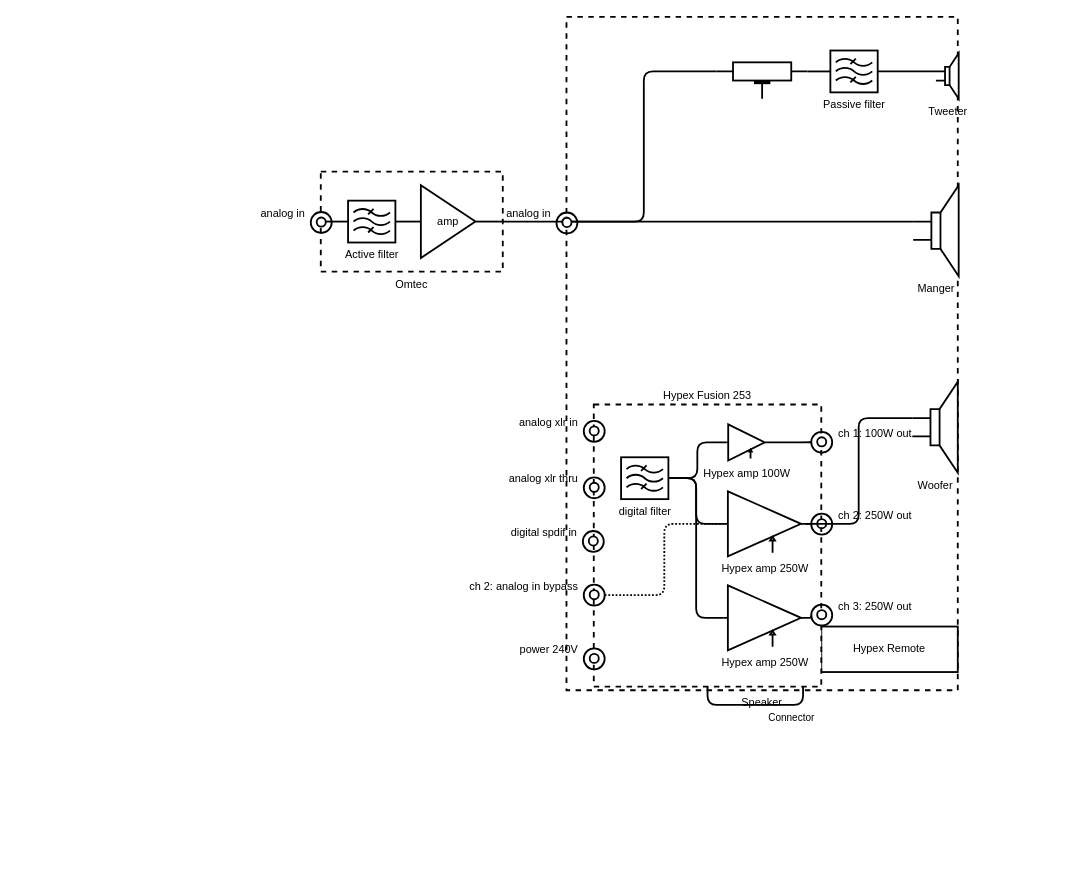
The draw.io diagram page "With subwoofer" (3 of 3) of Untitled Diagram.drawio in blueneogeo/manger, before the edit. Source tidied: cells renumbered, new cells numbered last; positions are measured from the earlier drawing's top-left corner, leaving out a move shared by most shapes. Both pictures are drawn from the tidied source at 91%, with x=0, y=0 at pixel (251, 16).
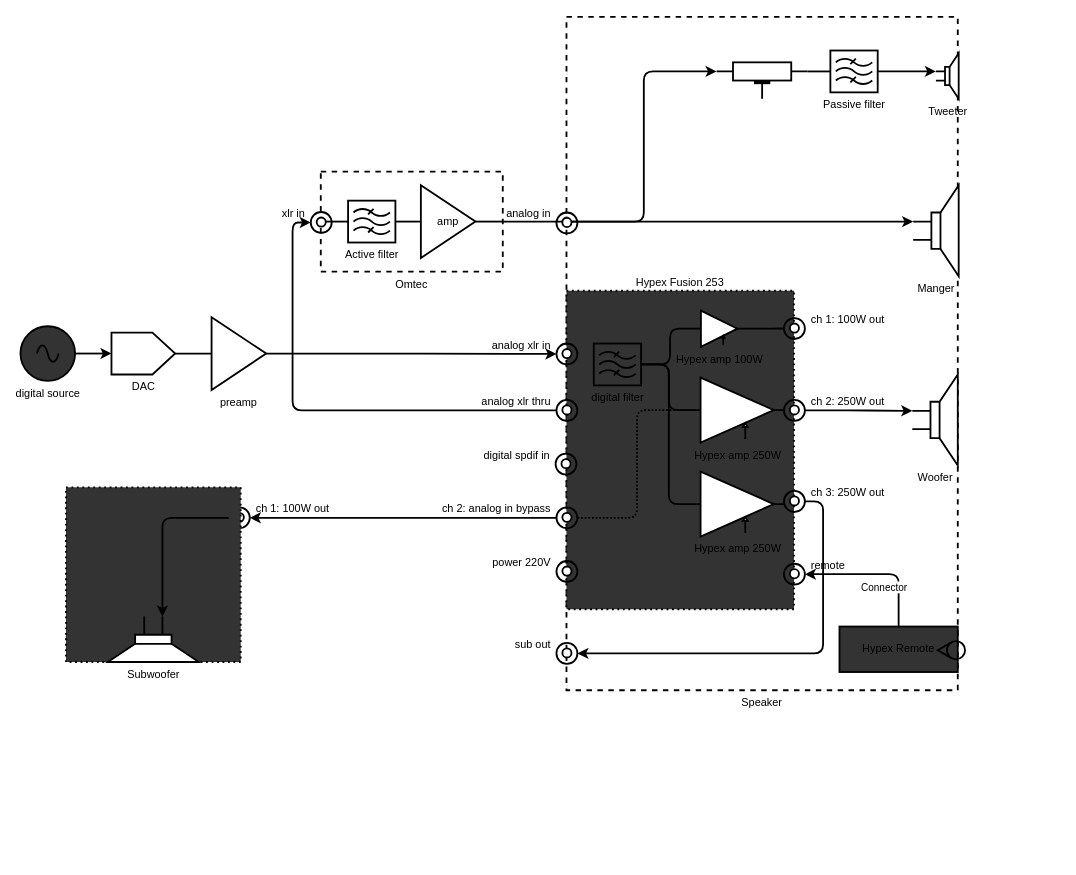
The same diagram, later.

Unchanged cells that the change refers to:
```xml
<mxCell id="4" value="Tweeter" style="verticalLabelPosition=bottom;shadow=0;dashed=0;align=center;html=1;verticalAlign=top;shape=mxgraph.electrical.electro-mechanical.loudspeaker;strokeWidth=2;" parent="1" vertex="1">
  <mxGeometry x="752" y="40" width="25" height="50" as="geometry" />
</mxCell>
<mxCell id="5" value="Manger" style="verticalLabelPosition=bottom;shadow=0;dashed=0;align=center;html=1;verticalAlign=top;shape=mxgraph.electrical.electro-mechanical.loudspeaker;strokeWidth=2;" parent="1" vertex="1">
  <mxGeometry x="727" y="185" width="50" height="100" as="geometry" />
</mxCell>
<mxCell id="15" value="Hypex amp 250W" style="verticalLabelPosition=bottom;shadow=0;dashed=0;align=center;html=1;verticalAlign=top;shape=mxgraph.electrical.abstract.controlled_amplifier;strokeWidth=2;" parent="10" vertex="1">
  <mxGeometry x="142.9" y="95.4" width="89.3" height="71.5" as="geometry" />
</mxCell>
<mxCell id="24" style="ellipse;whiteSpace=wrap;html=1;rounded=0;labelBackgroundColor=none;strokeWidth=2;align=right;verticalAlign=middle;fillColor=none;" parent="22" vertex="1">
  <mxGeometry x="65" y="8" width="23" height="23" as="geometry" />
</mxCell>
<mxCell id="32" style="ellipse;whiteSpace=wrap;html=1;rounded=0;labelBackgroundColor=none;strokeWidth=2;align=right;verticalAlign=middle;fillColor=none;" parent="30" vertex="1">
  <mxGeometry x="65" y="8" width="23" height="23" as="geometry" />
</mxCell>
<mxCell id="40" style="ellipse;whiteSpace=wrap;html=1;rounded=0;labelBackgroundColor=none;strokeWidth=2;align=right;verticalAlign=middle;fillColor=none;" parent="38" vertex="1">
  <mxGeometry x="29" y="30" width="23" height="23" as="geometry" />
</mxCell>
<mxCell id="44" style="ellipse;whiteSpace=wrap;html=1;rounded=0;labelBackgroundColor=none;strokeWidth=2;align=right;verticalAlign=middle;fillColor=none;" parent="42" vertex="1">
  <mxGeometry x="29" y="30" width="23" height="23" as="geometry" />
</mxCell>
<mxCell id="48" style="ellipse;whiteSpace=wrap;html=1;rounded=0;labelBackgroundColor=none;strokeWidth=2;align=right;verticalAlign=middle;fillColor=none;" parent="46" vertex="1">
  <mxGeometry x="65" y="8" width="23" height="23" as="geometry" />
</mxCell>
<mxCell id="64" value="Passive filter" style="verticalLabelPosition=bottom;shadow=0;dashed=0;align=center;html=1;verticalAlign=top;shape=mxgraph.electrical.abstract.filter;rounded=0;labelBackgroundColor=none;strokeWidth=2;fillColor=none;" parent="1" vertex="1">
  <mxGeometry x="636" y="37" width="52" height="46" as="geometry" />
</mxCell>
<mxCell id="65" style="verticalLabelPosition=bottom;shadow=0;dashed=0;align=center;html=1;verticalAlign=top;shape=mxgraph.electrical.resistors.trimmer_pot_1;rounded=0;labelBackgroundColor=none;strokeWidth=2;fillColor=none;" parent="1" vertex="1">
  <mxGeometry x="511" y="50" width="100" height="40" as="geometry" />
</mxCell>
<mxCell id="68" style="verticalLabelPosition=bottom;shadow=0;dashed=0;align=center;html=1;verticalAlign=top;strokeWidth=1;shape=ellipse;rounded=0;labelBackgroundColor=none;fillColor=none;" parent="1" vertex="1">
  <mxGeometry x="341" y="220" width="10" height="10" as="geometry" />
</mxCell>
<mxCell id="70" style="group;" parent="1" vertex="1">
  <mxGeometry y="206.5" width="88" height="31" as="geometry" />
</mxCell>
<mxCell id="72" style="ellipse;whiteSpace=wrap;html=1;rounded=0;labelBackgroundColor=none;strokeWidth=2;align=right;verticalAlign=middle;fillColor=none;" parent="70" vertex="1">
  <mxGeometry x="65" y="8" width="23" height="23" as="geometry" />
</mxCell>
```

What changed in the source:
```diff
@@
-    <mxCell id="3" style="edgeStyle=orthogonalEdgeStyle;rounded=1;jettySize=auto;html=1;exitX=0;exitY=0.4;exitDx=0;exitDy=0;exitPerimeter=0;entryX=1;entryY=0.5;entryDx=0;entryDy=0;entryPerimeter=0;endArrow=none;endFill=0;strokeWidth=2;" parent="1" edge="1" source="4" target="64">
-      <mxGeometry relative="1" as="geometry" />
-    </mxCell>
@@
     <mxCell id="6" value="Woofer" style="verticalLabelPosition=bottom;shadow=0;dashed=0;align=center;html=1;verticalAlign=top;shape=mxgraph.electrical.electro-mechanical.loudspeaker;strokeWidth=2;" parent="1" vertex="1">
-      <mxGeometry x="726" y="401" width="50" height="100" as="geometry" />
+      <mxGeometry x="726" y="393" width="50" height="100" as="geometry" />
     </mxCell>
-    <mxCell id="7" style="edgeStyle=orthogonalEdgeStyle;rounded=1;jettySize=auto;html=1;exitX=0;exitY=0.5;exitDx=0;exitDy=0;entryX=0.5;entryY=1;entryDx=0;entryDy=0;endArrow=none;endFill=0;strokeWidth=2;" parent="1" edge="1" source="9" target="11">
+    <mxCell id="7" style="edgeStyle=orthogonalEdgeStyle;rounded=1;jettySize=auto;html=1;exitX=0.5;exitY=0;exitDx=0;exitDy=0;entryX=1;entryY=0.5;entryDx=0;entryDy=0;endArrow=classic;endFill=1;strokeWidth=2;" parent="1" edge="1" source="9" target="80">
       <mxGeometry relative="1" as="geometry" />
     </mxCell>
@@
-    <mxCell id="9" value="Hypex Remote" style="rounded=0;whiteSpace=wrap;html=1;labelPosition=center;verticalLabelPosition=middle;align=center;verticalAlign=middle;strokeWidth=2;" parent="1" vertex="1">
-      <mxGeometry x="626" y="670" width="150" height="50" as="geometry" />
+    <mxCell id="9" value="Hypex Remote" style="rounded=0;whiteSpace=wrap;html=1;labelPosition=center;verticalLabelPosition=middle;align=center;verticalAlign=middle;strokeWidth=2;fillColor=#333333;" parent="1" vertex="1">
+      <mxGeometry x="646" y="670" width="130" height="50" as="geometry" />
     </mxCell>
     <mxCell id="10" style="group;" parent="1" vertex="1">
-      <mxGeometry x="376" y="426" width="513" height="501" as="geometry" />
+      <mxGeometry x="346" y="301" width="515" height="501" as="geometry" />
     </mxCell>
-    <mxCell id="11" value="Hypex Fusion 253" style="rounded=0;whiteSpace=wrap;html=1;dashed=1;labelPosition=center;verticalLabelPosition=top;align=center;verticalAlign=bottom;strokeWidth=2;" parent="10" vertex="1">
-      <mxGeometry width="250" height="310" as="geometry" />
+    <mxCell id="11" value="Hypex Fusion 253" style="rounded=0;whiteSpace=wrap;html=1;dashed=1;labelPosition=center;verticalLabelPosition=top;align=center;verticalAlign=bottom;strokeWidth=2;dashPattern=1 2;labelBackgroundColor=none;fillColor=#333333;" parent="10" vertex="1">
+      <mxGeometry width="250" height="350" as="geometry" />
     </mxCell>
@@
     <mxCell id="22" style="group;" parent="10" vertex="1">
-      <mxGeometry x="-76" y="10" width="88" height="31" as="geometry" />
+      <mxGeometry x="-76" y="50" width="88" height="31" as="geometry" />
     </mxCell>
@@
     <mxCell id="26" style="group;" parent="10" vertex="1">
-      <mxGeometry x="-77" y="131" width="88" height="31" as="geometry" />
+      <mxGeometry x="-77" y="171" width="88" height="31" as="geometry" />
     </mxCell>
@@
     <mxCell id="30" style="group;" parent="10" vertex="1">
-      <mxGeometry x="-76" y="72" width="88" height="31" as="geometry" />
+      <mxGeometry x="-76" y="112" width="88" height="31" as="geometry" />
     </mxCell>
@@
     <mxCell id="46" style="group;" parent="10" vertex="1">
-      <mxGeometry x="-76" y="190" width="88" height="31" as="geometry" />
+      <mxGeometry x="-76" y="230" width="88" height="31" as="geometry" />
     </mxCell>
@@
     <mxCell id="50" style="group;" parent="10" vertex="1">
-      <mxGeometry x="-76" y="260" width="88" height="31" as="geometry" />
+      <mxGeometry x="-76" y="289" width="88" height="31" as="geometry" />
     </mxCell>
@@
-    <mxCell id="53" value="power 240V" style="text;html=1;align=right;verticalAlign=middle;fillColor=none;strokeColor=none;rounded=0;labelBackgroundColor=none;" parent="50" vertex="1">
+    <mxCell id="53" value="power 220V" style="text;html=1;align=right;verticalAlign=middle;fillColor=none;strokeColor=none;rounded=0;labelBackgroundColor=none;" parent="50" vertex="1">
       <mxGeometry x="-20" width="80" height="20" as="geometry" />
     </mxCell>
@@
-    <mxCell id="55" style="edgeStyle=orthogonalEdgeStyle;rounded=1;jettySize=auto;html=1;exitX=1;exitY=0.5;exitDx=0;exitDy=0;exitPerimeter=0;entryX=0;entryY=0.4;entryDx=0;entryDy=0;entryPerimeter=0;endArrow=none;endFill=0;strokeWidth=2;" parent="1" edge="1" source="15" target="6">
-      <mxGeometry relative="1" as="geometry" />
-    </mxCell>
+    <mxCell id="78" style="group;" parent="10" vertex="1">
+      <mxGeometry x="210" y="270" width="188" height="51" as="geometry" />
+    </mxCell>
+    <mxCell id="79" style="ellipse;whiteSpace=wrap;html=1;rounded=0;labelBackgroundColor=none;strokeWidth=2;fillColor=#FFFFFF;align=right;verticalAlign=middle;" parent="78" vertex="1">
+      <mxGeometry x="35.5" y="36" width="10" height="10" as="geometry" />
+    </mxCell>
+    <mxCell id="80" style="ellipse;whiteSpace=wrap;html=1;rounded=0;labelBackgroundColor=none;strokeWidth=2;align=right;verticalAlign=middle;fillColor=none;" parent="78" vertex="1">
+      <mxGeometry x="29" y="30" width="23" height="23" as="geometry" />
+    </mxCell>
+    <mxCell id="81" value="remote&amp;nbsp;" style="text;html=1;align=left;verticalAlign=middle;fillColor=none;strokeColor=none;rounded=0;labelBackgroundColor=none;" parent="78" vertex="1">
+      <mxGeometry x="57" y="22" width="60" height="20" as="geometry" />
+    </mxCell>
+    <mxCell id="82" style="verticalLabelPosition=bottom;align=center;dashed=0;html=1;verticalAlign=top;shape=mxgraph.pid.flow_sensors.rotameter;rounded=0;labelBackgroundColor=none;strokeWidth=2;fillColor=none;" parent="10" vertex="1">
+      <mxGeometry x="408" y="385" width="30" height="20" as="geometry" />
+    </mxCell>
@@
+    <mxCell id="83" style="edgeStyle=orthogonalEdgeStyle;rounded=1;jettySize=auto;html=1;exitX=1;exitY=0.5;exitDx=0;exitDy=0;exitPerimeter=0;entryX=0;entryY=0.4;entryDx=0;entryDy=0;entryPerimeter=0;startArrow=none;startFill=0;endArrow=classic;endFill=1;strokeWidth=2;" parent="1" edge="1" source="64" target="4">
+      <mxGeometry relative="1" as="geometry" />
+    </mxCell>
@@
-    <mxCell id="66" style="edgeStyle=orthogonalEdgeStyle;rounded=1;jettySize=auto;html=1;exitX=1;exitY=0.5;exitDx=0;exitDy=0;entryX=0;entryY=0.25;entryDx=0;entryDy=0;entryPerimeter=0;endArrow=none;endFill=0;strokeWidth=2;" parent="1" edge="1" source="68" target="65">
+    <mxCell id="66" style="edgeStyle=orthogonalEdgeStyle;rounded=1;jettySize=auto;html=1;exitX=1;exitY=0.5;exitDx=0;exitDy=0;entryX=0;entryY=0.25;entryDx=0;entryDy=0;entryPerimeter=0;endArrow=classic;endFill=1;strokeWidth=2;" parent="1" edge="1" source="68" target="65">
       <mxGeometry relative="1" as="geometry" />
     </mxCell>
-    <mxCell id="67" style="edgeStyle=orthogonalEdgeStyle;rounded=1;jettySize=auto;html=1;exitX=1;exitY=0.5;exitDx=0;exitDy=0;entryX=0;entryY=0.4;entryDx=0;entryDy=0;entryPerimeter=0;endArrow=none;endFill=0;strokeWidth=2;" parent="1" edge="1" source="68" target="5">
+    <mxCell id="67" style="edgeStyle=orthogonalEdgeStyle;rounded=1;jettySize=auto;html=1;exitX=1;exitY=0.5;exitDx=0;exitDy=0;entryX=0;entryY=0.4;entryDx=0;entryDy=0;entryPerimeter=0;endArrow=classic;endFill=1;strokeWidth=2;" parent="1" edge="1" source="68" target="5">
       <mxGeometry relative="1" as="geometry" />
     </mxCell>
@@
-    <mxCell id="73" value="analog in" style="text;html=1;align=right;verticalAlign=middle;fillColor=none;strokeColor=none;rounded=0;labelBackgroundColor=none;" parent="70" vertex="1">
-      <mxGeometry width="60" height="20" as="geometry" />
+    <mxCell id="73" value="xlr in" style="text;html=1;align=right;verticalAlign=middle;fillColor=none;strokeColor=none;rounded=0;labelBackgroundColor=none;" parent="70" vertex="1">
+      <mxGeometry x="20" width="40" height="20" as="geometry" />
     </mxCell>
@@
+    <mxCell id="84" style="edgeStyle=orthogonalEdgeStyle;rounded=1;jettySize=auto;html=1;exitX=1;exitY=0.5;exitDx=0;exitDy=0;entryX=0;entryY=0.4;entryDx=0;entryDy=0;entryPerimeter=0;endArrow=classic;endFill=1;strokeWidth=2;" parent="1" edge="1" source="40" target="6">
+      <mxGeometry relative="1" as="geometry" />
+    </mxCell>
+    <mxCell id="85" style="edgeStyle=orthogonalEdgeStyle;rounded=1;jettySize=auto;html=1;exitX=0;exitY=0.5;exitDx=0;exitDy=0;entryX=0;entryY=0.5;entryDx=0;entryDy=0;endArrow=classic;endFill=1;strokeWidth=2;" parent="1" edge="1" source="32" target="72">
+      <mxGeometry relative="1" as="geometry" />
+    </mxCell>
+    <mxCell id="86" style="group;" parent="1" vertex="1">
+      <mxGeometry x="270" y="680" width="88" height="31" as="geometry" />
+    </mxCell>
+    <mxCell id="87" style="ellipse;whiteSpace=wrap;html=1;rounded=0;labelBackgroundColor=none;strokeWidth=2;fillColor=#FFFFFF;align=right;verticalAlign=middle;" parent="86" vertex="1">
+      <mxGeometry x="71.5" y="14" width="10" height="10" as="geometry" />
+    </mxCell>
+    <mxCell id="88" style="ellipse;whiteSpace=wrap;html=1;rounded=0;labelBackgroundColor=none;strokeWidth=2;align=right;verticalAlign=middle;fillColor=none;" parent="86" vertex="1">
+      <mxGeometry x="65" y="8" width="23" height="23" as="geometry" />
+    </mxCell>
+    <mxCell id="89" value="sub out" style="text;html=1;align=right;verticalAlign=middle;fillColor=none;strokeColor=none;rounded=0;labelBackgroundColor=none;" parent="86" vertex="1">
+      <mxGeometry x="10" width="50" height="20" as="geometry" />
+    </mxCell>
+    <mxCell id="90" style="edgeStyle=orthogonalEdgeStyle;rounded=1;jettySize=auto;html=1;exitX=1;exitY=0.5;exitDx=0;exitDy=0;entryX=1;entryY=0.5;entryDx=0;entryDy=0;endArrow=classic;endFill=1;strokeWidth=2;" parent="1" edge="1" source="44" target="88">
+      <mxGeometry relative="1" as="geometry" />
+    </mxCell>
+    <mxCell id="91" style="edgeStyle=orthogonalEdgeStyle;rounded=1;jettySize=auto;html=1;exitX=0;exitY=0.5;exitDx=0;exitDy=0;entryX=1;entryY=0.5;entryDx=0;entryDy=0;startArrow=none;startFill=0;endArrow=classic;endFill=1;strokeWidth=2;" parent="1" edge="1" source="48" target="96">
+      <mxGeometry relative="1" as="geometry" />
+    </mxCell>
+    <mxCell id="92" style="group;labelPosition=center;verticalLabelPosition=top;align=center;verticalAlign=bottom;" parent="1" vertex="1">
+      <mxGeometry x="-204" y="509" width="338" height="200" as="geometry" />
+    </mxCell>
+    <mxCell id="93" style="group;" parent="92" vertex="1">
+      <mxGeometry x="150" width="188" height="51" as="geometry" />
+    </mxCell>
+    <mxCell id="94" style="ellipse;whiteSpace=wrap;html=1;rounded=0;labelBackgroundColor=none;strokeWidth=2;fillColor=#FFFFFF;align=right;verticalAlign=middle;" parent="93" vertex="1">
+      <mxGeometry x="35.5" y="36" width="10" height="10" as="geometry" />
+    </mxCell>
+    <mxCell id="95" value="ch 1: 100W out" style="text;html=1;align=left;verticalAlign=middle;fillColor=none;strokeColor=none;rounded=0;labelBackgroundColor=none;" parent="93" vertex="1">
+      <mxGeometry x="57" y="22" width="100" height="20" as="geometry" />
+    </mxCell>
+    <mxCell id="96" style="ellipse;whiteSpace=wrap;html=1;rounded=0;labelBackgroundColor=none;strokeWidth=2;align=right;verticalAlign=middle;fillColor=none;" parent="93" vertex="1">
+      <mxGeometry x="29" y="30" width="23" height="23" as="geometry" />
+    </mxCell>
+    <mxCell id="97" style="group;labelPosition=center;verticalLabelPosition=top;align=center;verticalAlign=bottom;fillColor=#333333;" parent="92" vertex="1">
+      <mxGeometry y="8" width="192" height="192" as="geometry" />
+    </mxCell>
+    <mxCell id="98" style="whiteSpace=wrap;html=1;rounded=0;dashed=1;dashPattern=1 2;labelBackgroundColor=none;strokeWidth=2;fillColor=none;align=center;verticalAlign=middle;" parent="97" vertex="1">
+      <mxGeometry width="192" height="192" as="geometry" />
+    </mxCell>
+    <mxCell id="99" value="Subwoofer" style="verticalLabelPosition=bottom;shadow=0;dashed=0;align=center;html=1;verticalAlign=top;shape=mxgraph.electrical.electro-mechanical.loudspeaker;strokeWidth=2;direction=south;" parent="97" vertex="1">
+      <mxGeometry x="46" y="142" width="100" height="50" as="geometry" />
+    </mxCell>
+    <mxCell id="100" style="edgeStyle=orthogonalEdgeStyle;rounded=1;jettySize=auto;html=1;exitX=0;exitY=0.5;exitDx=0;exitDy=0;entryX=0;entryY=0.4;entryDx=0;entryDy=0;entryPerimeter=0;startArrow=none;startFill=0;endArrow=classic;endFill=1;strokeWidth=2;" parent="92" edge="1" source="96" target="99">
+      <mxGeometry relative="1" as="geometry" />
+    </mxCell>
+    <mxCell id="101" style="edgeStyle=orthogonalEdgeStyle;rounded=1;jettySize=auto;html=1;exitX=1;exitY=0.5;exitDx=0;exitDy=0;entryX=0;entryY=0.5;entryDx=0;entryDy=0;startArrow=none;startFill=0;endArrow=classic;endFill=1;strokeWidth=2;" parent="1" edge="1" source="102" target="24">
+      <mxGeometry relative="1" as="geometry" />
+    </mxCell>
+    <mxCell id="102" value="preamp" style="triangle;whiteSpace=wrap;html=1;rounded=0;labelBackgroundColor=none;strokeWidth=2;fillColor=none;labelPosition=center;verticalLabelPosition=bottom;align=center;verticalAlign=top;" parent="1" vertex="1">
+      <mxGeometry x="-44" y="330" width="60" height="80" as="geometry" />
+    </mxCell>
+    <mxCell id="103" style="edgeStyle=orthogonalEdgeStyle;rounded=1;jettySize=auto;html=1;exitX=1;exitY=0.5;exitDx=0;exitDy=0;exitPerimeter=0;entryX=0;entryY=0.5;entryDx=0;entryDy=0;endArrow=none;endFill=0;strokeWidth=2;" parent="1" edge="1" source="104" target="102">
+      <mxGeometry relative="1" as="geometry" />
+    </mxCell>
+    <mxCell id="104" value="DAC" style="verticalLabelPosition=bottom;shadow=0;dashed=0;align=center;html=1;verticalAlign=top;shape=mxgraph.electrical.abstract.dac;rounded=0;labelBackgroundColor=none;strokeWidth=2;fillColor=none;" parent="1" vertex="1">
+      <mxGeometry x="-154" y="347" width="70" height="46" as="geometry" />
+    </mxCell>
+    <mxCell id="105" style="edgeStyle=orthogonalEdgeStyle;rounded=1;jettySize=auto;html=1;exitX=1;exitY=0.5;exitDx=0;exitDy=0;exitPerimeter=0;entryX=0;entryY=0.5;entryDx=0;entryDy=0;entryPerimeter=0;startArrow=none;startFill=0;endArrow=classic;endFill=1;strokeWidth=2;" parent="1" edge="1" source="106" target="104">
+      <mxGeometry relative="1" as="geometry" />
+    </mxCell>
+    <mxCell id="106" value="digital source" style="verticalLabelPosition=bottom;shadow=0;dashed=0;align=center;html=1;verticalAlign=top;shape=mxgraph.electrical.signal_sources.source;points=[[0.5,0,0],[1,0.5,0],[0.5,1,0],[0,0.5,0]];elSignalType=ac;rounded=0;dashPattern=1 2;labelBackgroundColor=none;strokeWidth=2;fillColor=#333333;" parent="1" vertex="1">
+      <mxGeometry x="-254" y="340" width="60" height="60" as="geometry" />
+    </mxCell>
```
